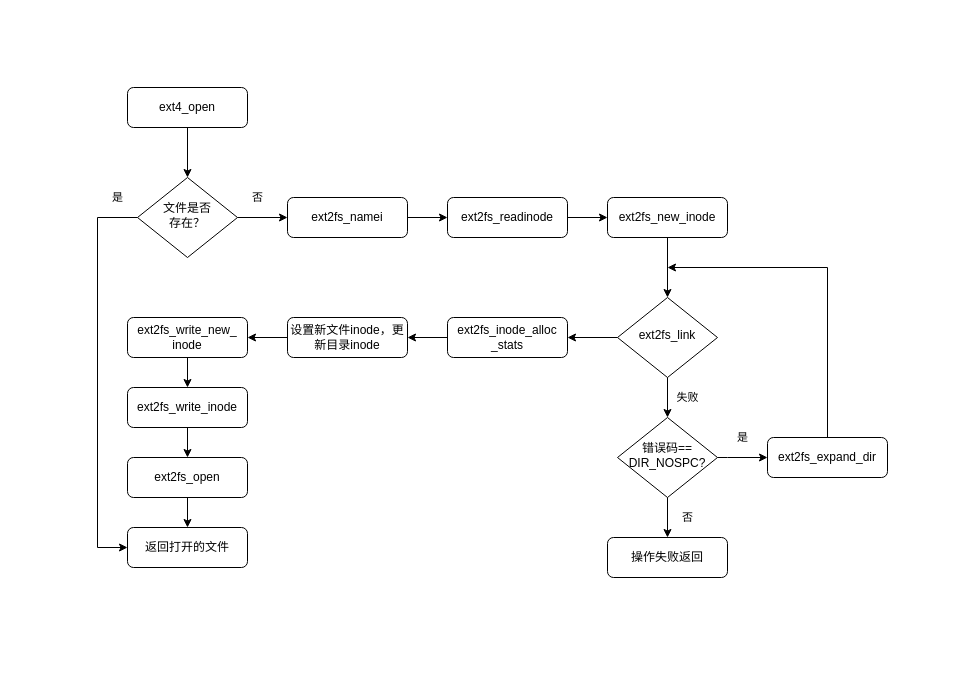
This is ext4_create流程图.drawio from gokucai/drawio_repo, a draw.io file, before an edit. Source tidied: cells renumbered, new cells numbered last; positions are measured from the earlier drawing's top-left corner, leaving out a move shared by most shapes. Both pictures are drawn from the tidied source at 100%, with x=0, y=0 at pixel (97, 87).
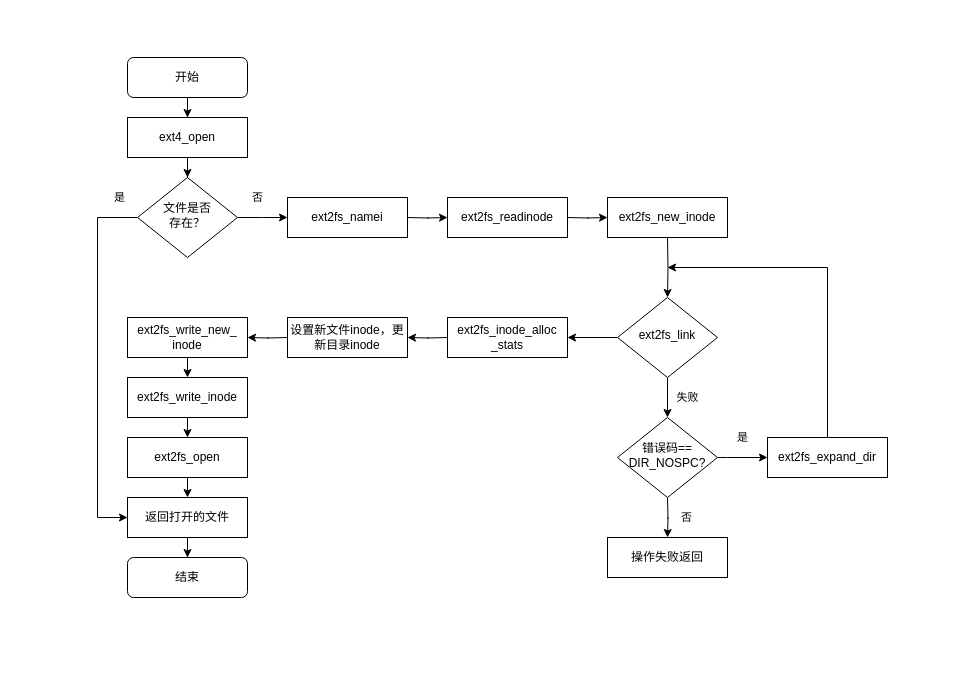
Above is the later version.

Commit message:
更新ext4_create流程图.drawio

What changed in the source:
```diff
@@
-    <mxCell id="2" style="group;" parent="1" vertex="1">
-      <mxGeometry width="790" height="490" as="geometry" />
-    </mxCell>
-    <mxCell id="3" value="ext4_open" style="rounded=1;whiteSpace=wrap;html=1;fontSize=12;glass=0;strokeWidth=1;shadow=0;" parent="2" vertex="1">
-      <mxGeometry x="30" width="120" height="40" as="geometry" />
-    </mxCell>
-    <mxCell id="4" value="文件是否&lt;br&gt;存在？" style="rhombus;whiteSpace=wrap;html=1;shadow=0;fontFamily=Helvetica;fontSize=12;align=center;strokeWidth=1;spacing=6;spacingTop=-4;" parent="2" vertex="1">
+    <mxCell id="4" value="文件是否&lt;br&gt;存在？" style="rhombus;whiteSpace=wrap;html=1;shadow=0;fontFamily=Helvetica;fontSize=12;align=center;strokeWidth=1;spacing=6;spacingTop=-4;" parent="1" vertex="1">
       <mxGeometry x="40" y="90" width="100" height="80" as="geometry" />
     </mxCell>
-    <mxCell id="5" style="edgeStyle=orthogonalEdgeStyle;rounded=0;jettySize=auto;html=1;" parent="2" edge="1" source="3" target="4">
-      <mxGeometry relative="1" as="geometry" />
-    </mxCell>
-    <mxCell id="6" value="ext2fs_namei" style="rounded=1;whiteSpace=wrap;html=1;fontSize=12;glass=0;strokeWidth=1;shadow=0;" parent="2" vertex="1">
-      <mxGeometry x="190" y="110" width="120" height="40" as="geometry" />
-    </mxCell>
-    <mxCell id="7" value="否" style="edgeStyle=orthogonalEdgeStyle;rounded=0;jettySize=auto;html=1;" parent="2" edge="1" source="4" target="6">
-      <mxGeometry x="-0.2" y="20" relative="1" as="geometry" />
+    <mxCell id="7" value="否" style="edgeStyle=orthogonalEdgeStyle;rounded=0;jettySize=auto;html=1;" parent="1" edge="1" source="4">
+      <mxGeometry x="-0.2" y="20" relative="1" as="geometry">
+        <mxPoint x="190" y="130" as="targetPoint" />
+      </mxGeometry>
     </mxCell>
-    <mxCell id="8" value="ext2fs_readinode" style="rounded=1;whiteSpace=wrap;html=1;fontSize=12;glass=0;strokeWidth=1;shadow=0;" parent="2" vertex="1">
-      <mxGeometry x="350" y="110" width="120" height="40" as="geometry" />
-    </mxCell>
-    <mxCell id="9" style="edgeStyle=orthogonalEdgeStyle;rounded=0;jettySize=auto;html=1;" parent="2" edge="1" source="6" target="8">
-      <mxGeometry relative="1" as="geometry" />
+    <mxCell id="9" style="edgeStyle=orthogonalEdgeStyle;rounded=0;orthogonalLoop=1;jettySize=auto;html=1;" parent="1" edge="1">
+      <mxGeometry relative="1" as="geometry">
+        <mxPoint x="310" y="130" as="sourcePoint" />
+        <mxPoint x="350" y="130" as="targetPoint" />
+      </mxGeometry>
     </mxCell>
-    <mxCell id="10" value="ext2fs_new_inode" style="rounded=1;whiteSpace=wrap;html=1;fontSize=12;glass=0;strokeWidth=1;shadow=0;" parent="2" vertex="1">
-      <mxGeometry x="510" y="110" width="120" height="40" as="geometry" />
-    </mxCell>
-    <mxCell id="11" style="edgeStyle=orthogonalEdgeStyle;rounded=0;jettySize=auto;html=1;" parent="2" edge="1" source="8" target="10">
-      <mxGeometry relative="1" as="geometry" />
+    <mxCell id="11" style="edgeStyle=orthogonalEdgeStyle;rounded=0;orthogonalLoop=1;jettySize=auto;html=1;" parent="1" edge="1">
+      <mxGeometry relative="1" as="geometry">
+        <mxPoint x="470" y="130" as="sourcePoint" />
+        <mxPoint x="510" y="130" as="targetPoint" />
+      </mxGeometry>
     </mxCell>
-    <mxCell id="12" value="ext2fs_link" style="rhombus;whiteSpace=wrap;html=1;shadow=0;fontFamily=Helvetica;fontSize=12;align=center;strokeWidth=1;spacing=6;spacingTop=-4;" parent="2" vertex="1">
+    <mxCell id="12" value="ext2fs_link" style="rhombus;whiteSpace=wrap;html=1;shadow=0;fontFamily=Helvetica;fontSize=12;align=center;strokeWidth=1;spacing=6;spacingTop=-4;" parent="1" vertex="1">
       <mxGeometry x="520" y="210" width="100" height="80" as="geometry" />
     </mxCell>
-    <mxCell id="13" style="edgeStyle=orthogonalEdgeStyle;rounded=0;jettySize=auto;html=1;" parent="2" edge="1" source="10" target="12">
-      <mxGeometry relative="1" as="geometry" />
+    <mxCell id="13" style="edgeStyle=orthogonalEdgeStyle;rounded=0;jettySize=auto;html=1;" parent="1" edge="1" target="12">
+      <mxGeometry relative="1" as="geometry">
+        <mxPoint x="570" y="150" as="sourcePoint" />
+      </mxGeometry>
     </mxCell>
-    <mxCell id="14" value="错误码==&lt;br&gt;DIR_NOSPC?" style="rhombus;whiteSpace=wrap;html=1;shadow=0;fontFamily=Helvetica;fontSize=12;align=center;strokeWidth=1;spacing=6;spacingTop=-4;" parent="2" vertex="1">
+    <mxCell id="14" value="错误码==&lt;br&gt;DIR_NOSPC?" style="rhombus;whiteSpace=wrap;html=1;shadow=0;fontFamily=Helvetica;fontSize=12;align=center;strokeWidth=1;spacing=6;spacingTop=-4;" parent="1" vertex="1">
       <mxGeometry x="520" y="330" width="100" height="80" as="geometry" />
     </mxCell>
-    <mxCell id="15" value="失败" style="edgeStyle=orthogonalEdgeStyle;rounded=0;jettySize=auto;html=1;" parent="2" edge="1" source="12" target="14">
+    <mxCell id="15" value="失败" style="edgeStyle=orthogonalEdgeStyle;rounded=0;jettySize=auto;html=1;" parent="1" edge="1" source="12" target="14">
       <mxGeometry y="20" relative="1" as="geometry" />
     </mxCell>
-    <mxCell id="16" value="操作失败返回" style="rounded=1;whiteSpace=wrap;html=1;fontSize=12;glass=0;strokeWidth=1;shadow=0;" parent="2" vertex="1">
-      <mxGeometry x="510" y="450" width="120" height="40" as="geometry" />
-    </mxCell>
-    <mxCell id="17" value="否" style="edgeStyle=orthogonalEdgeStyle;rounded=0;jettySize=auto;html=1;" parent="2" edge="1" source="14" target="16">
-      <mxGeometry y="20" relative="1" as="geometry" />
+    <mxCell id="17" value="否" style="edgeStyle=orthogonalEdgeStyle;rounded=0;orthogonalLoop=1;jettySize=auto;html=1;" parent="1" edge="1">
+      <mxGeometry x="0.05" y="19" relative="1" as="geometry">
+        <mxPoint x="570" y="410" as="sourcePoint" />
+        <mxPoint x="570" y="450" as="targetPoint" />
+      </mxGeometry>
     </mxCell>
-    <mxCell id="18" style="edgeStyle=orthogonalEdgeStyle;rounded=0;jettySize=auto;html=1;exitX=0.5;exitY=0;exitDx=0;exitDy=0;" parent="2" edge="1" source="19">
+    <mxCell id="18" style="edgeStyle=orthogonalEdgeStyle;rounded=0;orthogonalLoop=1;jettySize=auto;html=1;exitX=0.5;exitY=0;exitDx=0;exitDy=0;" parent="1" edge="1">
       <mxGeometry relative="1" as="geometry">
+        <mxPoint x="730" y="350" as="sourcePoint" />
         <mxPoint x="570" y="180" as="targetPoint" />
         <Array as="points">
           <mxPoint x="730" y="180" />
         </Array>
       </mxGeometry>
     </mxCell>
+    <mxCell id="20" value="是" style="edgeStyle=orthogonalEdgeStyle;rounded=0;jettySize=auto;html=1;" parent="1" edge="1" source="14">
+      <mxGeometry y="20" relative="1" as="geometry">
+        <mxPoint x="670" y="370" as="targetPoint" />
+        <Array as="points">
+          <mxPoint x="630" y="370" />
+          <mxPoint x="630" y="370" />
+        </Array>
+      </mxGeometry>
+    </mxCell>
+    <mxCell id="22" style="edgeStyle=orthogonalEdgeStyle;rounded=0;jettySize=auto;html=1;" parent="1" edge="1" source="12">
+      <mxGeometry relative="1" as="geometry">
+        <mxPoint x="470" y="250" as="targetPoint" />
+      </mxGeometry>
+    </mxCell>
+    <mxCell id="24" style="edgeStyle=orthogonalEdgeStyle;rounded=0;orthogonalLoop=1;jettySize=auto;html=1;" parent="1" edge="1">
+      <mxGeometry relative="1" as="geometry">
+        <mxPoint x="350" y="250" as="sourcePoint" />
+        <mxPoint x="310" y="250" as="targetPoint" />
+      </mxGeometry>
+    </mxCell>
+    <mxCell id="26" style="edgeStyle=orthogonalEdgeStyle;rounded=0;orthogonalLoop=1;jettySize=auto;html=1;" parent="1" edge="1">
+      <mxGeometry relative="1" as="geometry">
+        <mxPoint x="190" y="250" as="sourcePoint" />
+        <mxPoint x="150" y="250" as="targetPoint" />
+      </mxGeometry>
+    </mxCell>
+    <mxCell id="30" style="edgeStyle=orthogonalEdgeStyle;rounded=0;orthogonalLoop=1;jettySize=auto;html=1;" parent="1" edge="1">
+      <mxGeometry relative="1" as="geometry">
+        <mxPoint x="90" y="330" as="sourcePoint" />
+        <mxPoint x="90" y="350" as="targetPoint" />
+      </mxGeometry>
+    </mxCell>
+    <mxCell id="32" value="是" style="edgeStyle=orthogonalEdgeStyle;rounded=0;jettySize=auto;html=1;exitX=0;exitY=0.5;exitDx=0;exitDy=0;entryX=0;entryY=0.5;entryDx=0;entryDy=0;" parent="1" edge="1" source="4">
+      <mxGeometry x="-0.9" y="-20" relative="1" as="geometry">
+        <mxPoint x="30" y="430" as="targetPoint" />
+        <Array as="points">
+          <mxPoint y="130" />
+          <mxPoint y="430" />
+        </Array>
+      </mxGeometry>
+    </mxCell>
+    <mxCell id="5" style="edgeStyle=orthogonalEdgeStyle;rounded=0;jettySize=auto;html=1;" parent="1" edge="1" source="3" target="4">
+      <mxGeometry relative="1" as="geometry" />
+    </mxCell>
+    <mxCell id="3" value="ext4_open" style="rounded=0;whiteSpace=wrap;html=1;" parent="1" vertex="1">
+      <mxGeometry x="30" y="30" width="120" height="40" as="geometry" />
+    </mxCell>
+    <mxCell id="34" style="edgeStyle=orthogonalEdgeStyle;rounded=0;jettySize=auto;html=1;" parent="1" edge="1" source="35" target="3">
+      <mxGeometry relative="1" as="geometry" />
+    </mxCell>
+    <mxCell id="35" value="开始" style="rounded=1;whiteSpace=wrap;html=1;fontSize=12;glass=0;strokeWidth=1;shadow=0;" parent="1" vertex="1">
+      <mxGeometry x="30" y="-30" width="120" height="40" as="geometry" />
+    </mxCell>
+    <mxCell id="36" value="结束" style="rounded=1;whiteSpace=wrap;html=1;fontSize=12;glass=0;strokeWidth=1;shadow=0;" parent="1" vertex="1">
+      <mxGeometry x="30" y="470" width="120" height="40" as="geometry" />
+    </mxCell>
+    <mxCell id="6" value="ext2fs_namei" style="rounded=0;whiteSpace=wrap;html=1;" parent="1" vertex="1">
+      <mxGeometry x="190" y="110" width="120" height="40" as="geometry" />
+    </mxCell>
+    <mxCell id="8" value="ext2fs_readinode" style="rounded=0;whiteSpace=wrap;html=1;" parent="1" vertex="1">
+      <mxGeometry x="350" y="110" width="120" height="40" as="geometry" />
+    </mxCell>
+    <mxCell id="10" value="ext2fs_new_inode" style="rounded=0;whiteSpace=wrap;html=1;" parent="1" vertex="1">
+      <mxGeometry x="510" y="110" width="120" height="40" as="geometry" />
+    </mxCell>
-    <mxCell id="19" value="ext2fs_expand_dir" style="rounded=1;whiteSpace=wrap;html=1;fontSize=12;glass=0;strokeWidth=1;shadow=0;" parent="2" vertex="1">
+    <mxCell id="19" value="ext2fs_expand_dir" style="rounded=0;whiteSpace=wrap;html=1;" parent="1" vertex="1">
       <mxGeometry x="670" y="350" width="120" height="40" as="geometry" />
     </mxCell>
-    <mxCell id="20" value="是" style="edgeStyle=orthogonalEdgeStyle;rounded=0;jettySize=auto;html=1;" parent="2" edge="1" source="14" target="19">
-      <mxGeometry y="20" relative="1" as="geometry">
-        <Array as="points">
-          <mxPoint x="630" y="370" />
-          <mxPoint x="630" y="370" />
-        </Array>
-      </mxGeometry>
-    </mxCell>
+    <mxCell id="16" value="操作失败返回" style="rounded=0;whiteSpace=wrap;html=1;" parent="1" vertex="1">
+      <mxGeometry x="510" y="450" width="120" height="40" as="geometry" />
+    </mxCell>
-    <mxCell id="21" value="ext2fs_inode_alloc&lt;br&gt;_stats" style="rounded=1;whiteSpace=wrap;html=1;fontSize=12;glass=0;strokeWidth=1;shadow=0;" parent="2" vertex="1">
+    <mxCell id="21" value="ext2fs_inode_alloc&lt;br style=&quot;border-color: var(--border-color);&quot;&gt;_stats" style="rounded=0;whiteSpace=wrap;html=1;" parent="1" vertex="1">
       <mxGeometry x="350" y="230" width="120" height="40" as="geometry" />
     </mxCell>
-    <mxCell id="22" style="edgeStyle=orthogonalEdgeStyle;rounded=0;jettySize=auto;html=1;" parent="2" edge="1" source="12" target="21">
-      <mxGeometry relative="1" as="geometry" />
-    </mxCell>
-    <mxCell id="23" value="设置新文件inode，更新目录inode" style="rounded=1;whiteSpace=wrap;html=1;fontSize=12;glass=0;strokeWidth=1;shadow=0;" parent="2" vertex="1">
+    <mxCell id="23" value="设置新文件inode，更新目录inode" style="rounded=0;whiteSpace=wrap;html=1;" parent="1" vertex="1">
       <mxGeometry x="190" y="230" width="120" height="40" as="geometry" />
     </mxCell>
-    <mxCell id="24" style="edgeStyle=orthogonalEdgeStyle;rounded=0;jettySize=auto;html=1;" parent="2" edge="1" source="21" target="23">
-      <mxGeometry relative="1" as="geometry" />
-    </mxCell>
+    <mxCell id="37" style="edgeStyle=orthogonalEdgeStyle;rounded=0;jettySize=auto;html=1;entryX=0.5;entryY=0;entryDx=0;entryDy=0;" parent="1" edge="1" source="25">
+      <mxGeometry relative="1" as="geometry">
+        <mxPoint x="90" y="290" as="targetPoint" />
+      </mxGeometry>
+    </mxCell>
-    <mxCell id="25" value="ext2fs_write_new_&lt;br&gt;inode" style="rounded=1;whiteSpace=wrap;html=1;fontSize=12;glass=0;strokeWidth=1;shadow=0;" parent="2" vertex="1">
+    <mxCell id="25" value="ext2fs_write_new_&lt;br style=&quot;border-color: var(--border-color);&quot;&gt;inode" style="rounded=0;whiteSpace=wrap;html=1;" parent="1" vertex="1">
       <mxGeometry x="30" y="230" width="120" height="40" as="geometry" />
     </mxCell>
-    <mxCell id="26" style="edgeStyle=orthogonalEdgeStyle;rounded=0;jettySize=auto;html=1;" parent="2" edge="1" source="23" target="25">
-      <mxGeometry relative="1" as="geometry" />
-    </mxCell>
-    <mxCell id="27" value="ext2fs_write_inode" style="rounded=1;whiteSpace=wrap;html=1;fontSize=12;glass=0;strokeWidth=1;shadow=0;" parent="2" vertex="1">
-      <mxGeometry x="30" y="300" width="120" height="40" as="geometry" />
+    <mxCell id="27" value="ext2fs_write_inode" style="rounded=0;whiteSpace=wrap;html=1;" parent="1" vertex="1">
+      <mxGeometry x="30" y="290" width="120" height="40" as="geometry" />
     </mxCell>
-    <mxCell id="28" style="edgeStyle=orthogonalEdgeStyle;rounded=0;jettySize=auto;html=1;" parent="2" edge="1" source="25" target="27">
-      <mxGeometry relative="1" as="geometry" />
-    </mxCell>
+    <mxCell id="38" style="edgeStyle=orthogonalEdgeStyle;rounded=0;jettySize=auto;html=1;exitX=0.5;exitY=1;exitDx=0;exitDy=0;entryX=0.5;entryY=0;entryDx=0;entryDy=0;" parent="1" edge="1" source="29">
+      <mxGeometry relative="1" as="geometry">
+        <mxPoint x="90" y="410" as="targetPoint" />
+      </mxGeometry>
+    </mxCell>
-    <mxCell id="29" value="ext2fs_open&lt;br&gt;" style="rounded=1;whiteSpace=wrap;html=1;fontSize=12;glass=0;strokeWidth=1;shadow=0;" parent="2" vertex="1">
-      <mxGeometry x="30" y="370" width="120" height="40" as="geometry" />
+    <mxCell id="29" value="ext2fs_open" style="rounded=0;whiteSpace=wrap;html=1;" parent="1" vertex="1">
+      <mxGeometry x="30" y="350" width="120" height="40" as="geometry" />
     </mxCell>
-    <mxCell id="30" style="edgeStyle=orthogonalEdgeStyle;rounded=0;jettySize=auto;html=1;" parent="2" edge="1" source="27" target="29">
-      <mxGeometry relative="1" as="geometry" />
-    </mxCell>
+    <mxCell id="39" style="edgeStyle=orthogonalEdgeStyle;rounded=0;jettySize=auto;html=1;" parent="1" edge="1" source="31" target="36">
+      <mxGeometry relative="1" as="geometry" />
+    </mxCell>
-    <mxCell id="31" value="返回打开的文件" style="rounded=1;whiteSpace=wrap;html=1;fontSize=12;glass=0;strokeWidth=1;shadow=0;" parent="2" vertex="1">
-      <mxGeometry x="30" y="440" width="120" height="40" as="geometry" />
+    <mxCell id="31" value="返回打开的文件" style="rounded=0;whiteSpace=wrap;html=1;" parent="1" vertex="1">
+      <mxGeometry x="30" y="410" width="120" height="40" as="geometry" />
     </mxCell>
-    <mxCell id="32" value="是" style="edgeStyle=orthogonalEdgeStyle;rounded=0;jettySize=auto;html=1;exitX=0;exitY=0.5;exitDx=0;exitDy=0;entryX=0;entryY=0.5;entryDx=0;entryDy=0;" parent="2" edge="1" source="4" target="31">
-      <mxGeometry x="-0.9" y="-20" relative="1" as="geometry">
-        <Array as="points">
-          <mxPoint y="130" />
-          <mxPoint y="460" />
-        </Array>
-      </mxGeometry>
-    </mxCell>
-    <mxCell id="33" style="edgeStyle=orthogonalEdgeStyle;rounded=0;jettySize=auto;html=1;" parent="2" edge="1" source="29" target="31">
-      <mxGeometry relative="1" as="geometry" />
-    </mxCell>
+    <mxCell id="40" style="rounded=0;whiteSpace=wrap;html=1;fillColor=none;strokeColor=none;" parent="1" vertex="1">
+      <mxGeometry x="-80" y="-70" width="940" height="640" as="geometry" />
+    </mxCell>
```
